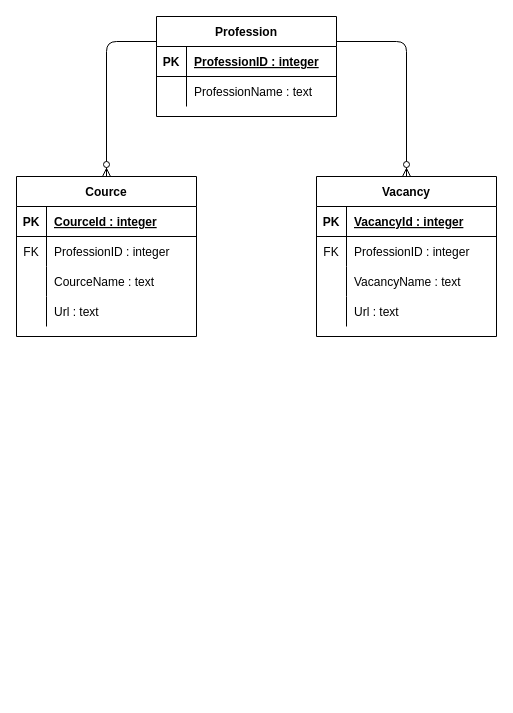
Earlier version of the draw.io diagram TelegramBot.drawio (Fox-Ops-Coder/TGBot). Source tidied: cells renumbered, new cells numbered last; positions are measured from the earlier drawing's top-left corner, leaving out a move shared by most shapes. Both pictures are drawn from the tidied source at 100%, with x=0, y=0 at pixel (16, 16).
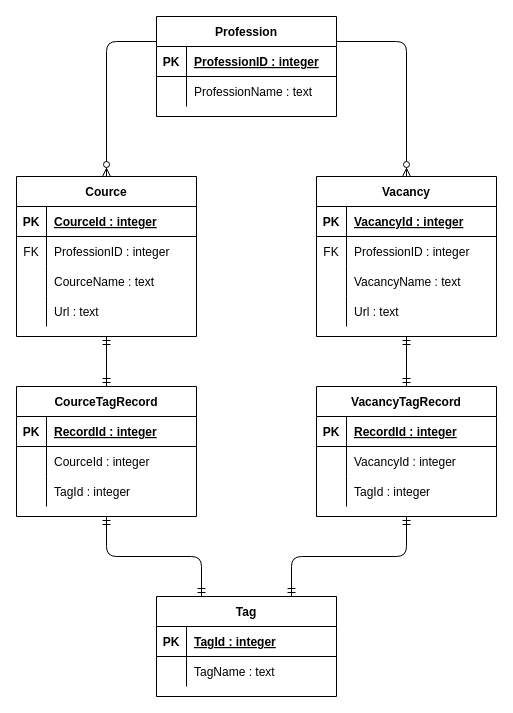
After the change.

Unchanged cells that the change refers to:
```xml
<mxCell id="9" value="Cource" style="shape=table;startSize=30;childLayout=tableLayout;rowLines=0;fontStyle=1;align=center;" parent="1" vertex="1">
  <mxGeometry y="160" width="180" height="160" as="geometry" />
</mxCell>
<mxCell id="22" value="Vacancy" style="shape=table;startSize=30;childLayout=tableLayout;rowLines=0;fontStyle=1;align=center;" parent="1" vertex="1">
  <mxGeometry x="300" y="160" width="180" height="160" as="geometry" />
</mxCell>
```

The edit, as a diff of the source:
```diff
@@
+    <mxCell id="37" value="Tag" style="shape=table;startSize=30;childLayout=tableLayout;rowLines=0;fontStyle=1;align=center;" parent="1" vertex="1">
+      <mxGeometry x="140" y="580" width="180" height="100" as="geometry" />
+    </mxCell>
+    <mxCell id="38" style="shape=partialRectangle;fillColor=none;top=0;left=0;bottom=1;right=0;" parent="37" vertex="1">
+      <mxGeometry y="30" width="180" height="30" as="geometry" />
+    </mxCell>
+    <mxCell id="39" value="PK" style="shape=partialRectangle;fillColor=none;top=0;left=0;bottom=0;right=0;fontStyle=1;overflow=hidden;" parent="38" vertex="1">
+      <mxGeometry width="30" height="30" as="geometry" />
+    </mxCell>
+    <mxCell id="40" value="TagId : integer" style="shape=partialRectangle;fillColor=none;top=0;left=0;bottom=0;right=0;align=left;spacingLeft=6;fontStyle=5;overflow=hidden;" parent="38" vertex="1">
+      <mxGeometry x="30" width="150" height="30" as="geometry" />
+    </mxCell>
+    <mxCell id="41" style="shape=partialRectangle;fillColor=none;top=0;left=0;bottom=0;right=0;" parent="37" vertex="1">
+      <mxGeometry y="60" width="180" height="30" as="geometry" />
+    </mxCell>
+    <mxCell id="42" style="shape=partialRectangle;fillColor=none;top=0;left=0;bottom=0;right=0;overflow=hidden;" parent="41" vertex="1">
+      <mxGeometry width="30" height="30" as="geometry" />
+    </mxCell>
+    <mxCell id="43" value="TagName : text" style="shape=partialRectangle;fillColor=none;top=0;left=0;bottom=0;right=0;align=left;spacingLeft=6;overflow=hidden;" parent="41" vertex="1">
+      <mxGeometry x="30" width="150" height="30" as="geometry" />
+    </mxCell>
+    <mxCell id="44" value="CourceTagRecord" style="shape=table;startSize=30;childLayout=tableLayout;rowLines=0;fontStyle=1;align=center;" parent="1" vertex="1">
+      <mxGeometry y="370" width="180" height="130" as="geometry" />
+    </mxCell>
+    <mxCell id="45" style="shape=partialRectangle;fillColor=none;top=0;left=0;bottom=1;right=0;" parent="44" vertex="1">
+      <mxGeometry y="30" width="180" height="30" as="geometry" />
+    </mxCell>
+    <mxCell id="46" value="PK" style="shape=partialRectangle;fillColor=none;top=0;left=0;bottom=0;right=0;fontStyle=1;overflow=hidden;" parent="45" vertex="1">
+      <mxGeometry width="30" height="30" as="geometry" />
+    </mxCell>
+    <mxCell id="47" value="RecordId : integer" style="shape=partialRectangle;fillColor=none;top=0;left=0;bottom=0;right=0;align=left;spacingLeft=6;fontStyle=5;overflow=hidden;" parent="45" vertex="1">
+      <mxGeometry x="30" width="150" height="30" as="geometry" />
+    </mxCell>
+    <mxCell id="48" style="shape=partialRectangle;fillColor=none;top=0;left=0;bottom=0;right=0;" parent="44" vertex="1">
+      <mxGeometry y="60" width="180" height="30" as="geometry" />
+    </mxCell>
+    <mxCell id="49" style="shape=partialRectangle;fillColor=none;top=0;left=0;bottom=0;right=0;overflow=hidden;" parent="48" vertex="1">
+      <mxGeometry width="30" height="30" as="geometry" />
+    </mxCell>
+    <mxCell id="50" value="CourceId : integer" style="shape=partialRectangle;fillColor=none;top=0;left=0;bottom=0;right=0;align=left;spacingLeft=6;overflow=hidden;" parent="48" vertex="1">
+      <mxGeometry x="30" width="150" height="30" as="geometry" />
+    </mxCell>
+    <mxCell id="51" style="shape=partialRectangle;fillColor=none;top=0;left=0;bottom=0;right=0;" parent="44" vertex="1">
+      <mxGeometry y="90" width="180" height="30" as="geometry" />
+    </mxCell>
+    <mxCell id="52" style="shape=partialRectangle;fillColor=none;top=0;left=0;bottom=0;right=0;overflow=hidden;" parent="51" vertex="1">
+      <mxGeometry width="30" height="30" as="geometry" />
+    </mxCell>
+    <mxCell id="53" value="TagId : integer" style="shape=partialRectangle;fillColor=none;top=0;left=0;bottom=0;right=0;align=left;spacingLeft=6;overflow=hidden;" parent="51" vertex="1">
+      <mxGeometry x="30" width="150" height="30" as="geometry" />
+    </mxCell>
+    <mxCell id="54" value="VacancyTagRecord" style="shape=table;startSize=30;childLayout=tableLayout;rowLines=0;fontStyle=1;align=center;" parent="1" vertex="1">
+      <mxGeometry x="300" y="370" width="180" height="130" as="geometry" />
+    </mxCell>
+    <mxCell id="55" style="shape=partialRectangle;fillColor=none;top=0;left=0;bottom=1;right=0;" parent="54" vertex="1">
+      <mxGeometry y="30" width="180" height="30" as="geometry" />
+    </mxCell>
+    <mxCell id="56" value="PK" style="shape=partialRectangle;fillColor=none;top=0;left=0;bottom=0;right=0;fontStyle=1;overflow=hidden;" parent="55" vertex="1">
+      <mxGeometry width="30" height="30" as="geometry" />
+    </mxCell>
+    <mxCell id="57" value="RecordId : integer" style="shape=partialRectangle;fillColor=none;top=0;left=0;bottom=0;right=0;align=left;spacingLeft=6;fontStyle=5;overflow=hidden;" parent="55" vertex="1">
+      <mxGeometry x="30" width="150" height="30" as="geometry" />
+    </mxCell>
+    <mxCell id="58" style="shape=partialRectangle;fillColor=none;top=0;left=0;bottom=0;right=0;" parent="54" vertex="1">
+      <mxGeometry y="60" width="180" height="30" as="geometry" />
+    </mxCell>
+    <mxCell id="59" style="shape=partialRectangle;fillColor=none;top=0;left=0;bottom=0;right=0;overflow=hidden;" parent="58" vertex="1">
+      <mxGeometry width="30" height="30" as="geometry" />
+    </mxCell>
+    <mxCell id="60" value="VacancyId : integer" style="shape=partialRectangle;fillColor=none;top=0;left=0;bottom=0;right=0;align=left;spacingLeft=6;overflow=hidden;" parent="58" vertex="1">
+      <mxGeometry x="30" width="150" height="30" as="geometry" />
+    </mxCell>
+    <mxCell id="61" style="shape=partialRectangle;fillColor=none;top=0;left=0;bottom=0;right=0;" parent="54" vertex="1">
+      <mxGeometry y="90" width="180" height="30" as="geometry" />
+    </mxCell>
+    <mxCell id="62" style="shape=partialRectangle;fillColor=none;top=0;left=0;bottom=0;right=0;overflow=hidden;" parent="61" vertex="1">
+      <mxGeometry width="30" height="30" as="geometry" />
+    </mxCell>
+    <mxCell id="63" value="TagId : integer" style="shape=partialRectangle;fillColor=none;top=0;left=0;bottom=0;right=0;align=left;spacingLeft=6;overflow=hidden;" parent="61" vertex="1">
+      <mxGeometry x="30" width="150" height="30" as="geometry" />
+    </mxCell>
+    <mxCell id="64" style="edgeStyle=orthogonalEdgeStyle;fontSize=12;html=1;endArrow=ERmandOne;startArrow=ERmandOne;exitX=0.5;exitY=1;exitDx=0;exitDy=0;entryX=0.5;entryY=0;entryDx=0;entryDy=0;" parent="1" edge="1" source="9" target="44">
+      <mxGeometry relative="1" as="geometry" />
+    </mxCell>
+    <mxCell id="65" style="edgeStyle=orthogonalEdgeStyle;fontSize=12;html=1;endArrow=ERmandOne;startArrow=ERmandOne;exitX=0.5;exitY=1;exitDx=0;exitDy=0;entryX=0.5;entryY=0;entryDx=0;entryDy=0;" parent="1" edge="1" source="22" target="54">
+      <mxGeometry relative="1" as="geometry" />
+    </mxCell>
+    <mxCell id="66" style="edgeStyle=orthogonalEdgeStyle;fontSize=12;html=1;endArrow=ERmandOne;startArrow=ERmandOne;exitX=0.5;exitY=1;exitDx=0;exitDy=0;entryX=0.25;entryY=0;entryDx=0;entryDy=0;" parent="1" edge="1" source="44" target="37">
+      <mxGeometry relative="1" as="geometry" />
+    </mxCell>
+    <mxCell id="67" style="edgeStyle=orthogonalEdgeStyle;fontSize=12;html=1;endArrow=ERmandOne;startArrow=ERmandOne;entryX=0.5;entryY=1;entryDx=0;entryDy=0;exitX=0.75;exitY=0;exitDx=0;exitDy=0;" parent="1" edge="1" source="37" target="54">
+      <mxGeometry relative="1" as="geometry" />
+    </mxCell>
```
